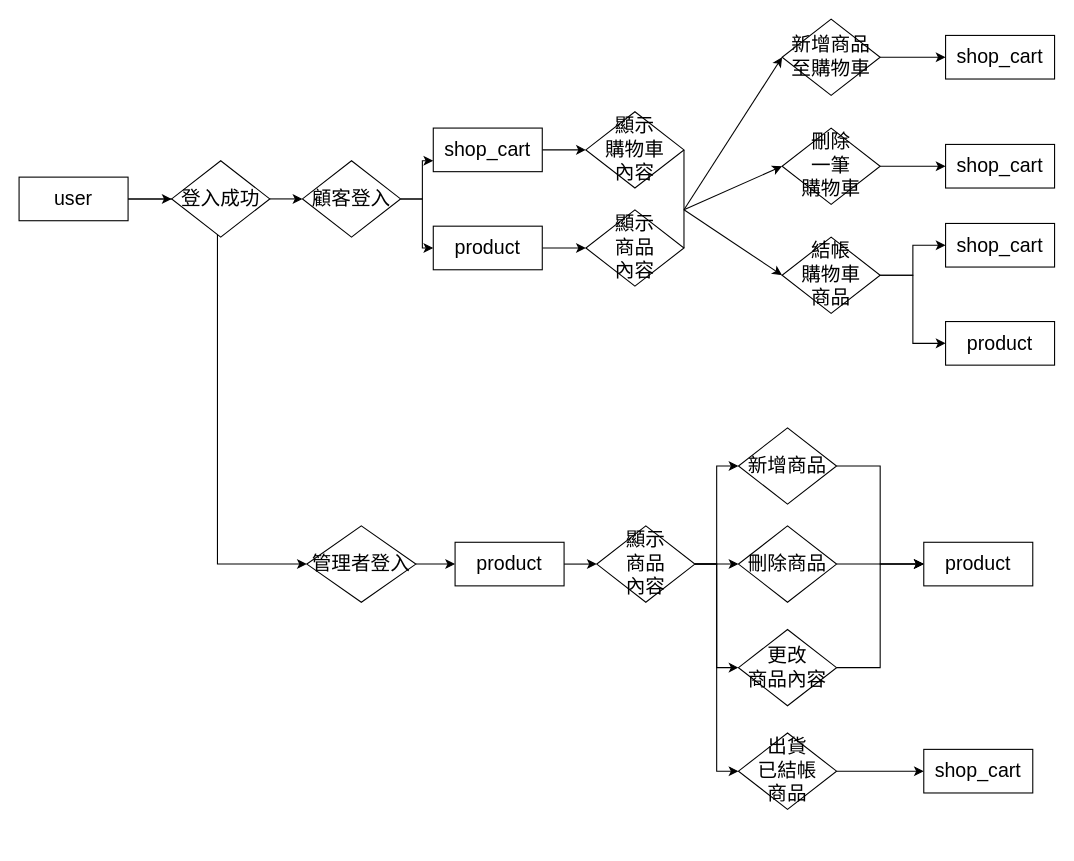
Earlier version of the draw.io diagram shop_cart_diagram.drawio (tommygood/shopping-cart). Source tidied: cells renumbered, new cells numbered last; positions are measured from the earlier drawing's top-left corner, leaving out a move shared by most shapes. Both pictures are drawn from the tidied source at 109%, with x=0, y=0 at pixel (19, 19).
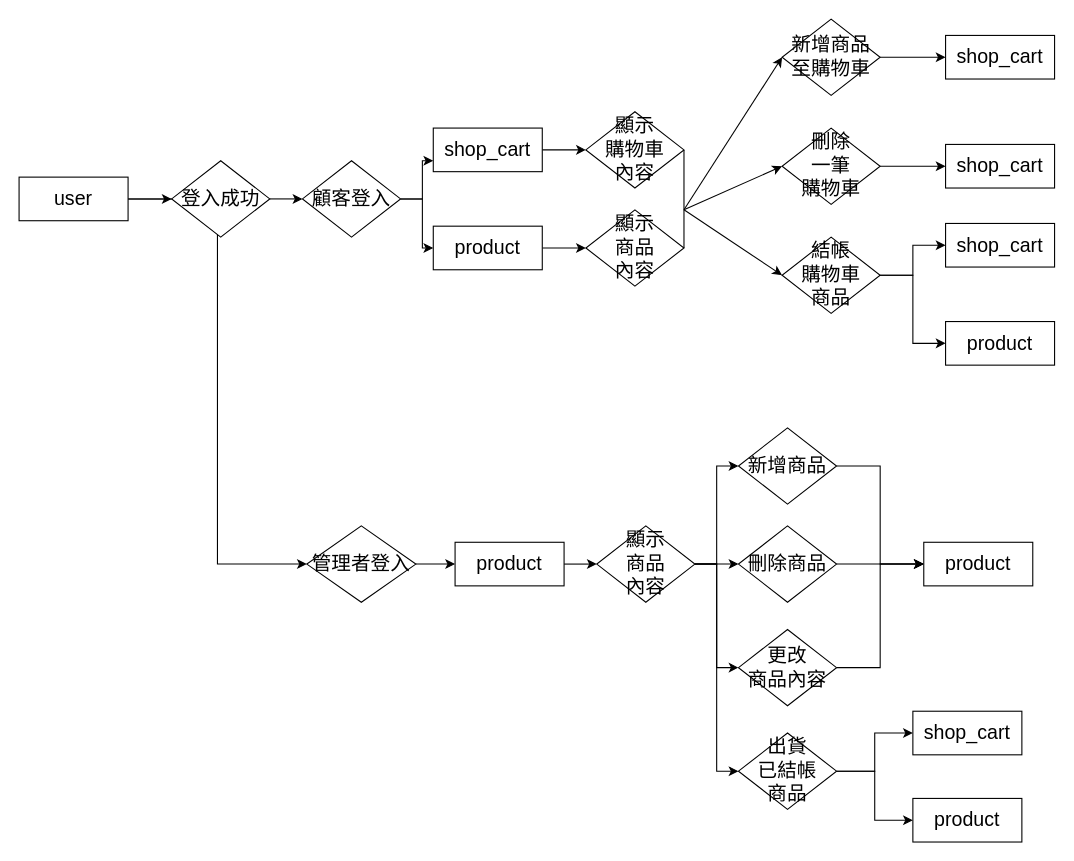
After the change.

Commit message:
update drawio : add product db when deliver

Unchanged cells that the change refers to:
```xml
<mxCell id="48" value="出貨&lt;br&gt;已結帳&lt;br&gt;商品" style="rhombus;whiteSpace=wrap;html=1;fontSize=18;" parent="1" vertex="1">
  <mxGeometry x="660" y="655" width="90" height="70" as="geometry" />
</mxCell>
```

What changed in the source:
```diff
@@
+    <mxCell id="50" style="edgeStyle=orthogonalEdgeStyle;rounded=0;jettySize=auto;html=1;exitX=1;exitY=0.5;exitDx=0;exitDy=0;" parent="1" edge="1" source="48" target="51">
+      <mxGeometry relative="1" as="geometry" />
+    </mxCell>
@@
     <mxCell id="49" value="&lt;span style=&quot;font-size: 18px;&quot;&gt;shop_cart&lt;/span&gt;" style="rounded=0;whiteSpace=wrap;html=1;" parent="1" vertex="1">
-      <mxGeometry x="830" y="670" width="100" height="40" as="geometry" />
+      <mxGeometry x="820" y="635" width="100" height="40" as="geometry" />
     </mxCell>
+    <mxCell id="51" value="&lt;span style=&quot;font-size: 18px;&quot;&gt;product&lt;/span&gt;" style="rounded=0;whiteSpace=wrap;html=1;" parent="1" vertex="1">
+      <mxGeometry x="820" y="715" width="100" height="40" as="geometry" />
+    </mxCell>
```
